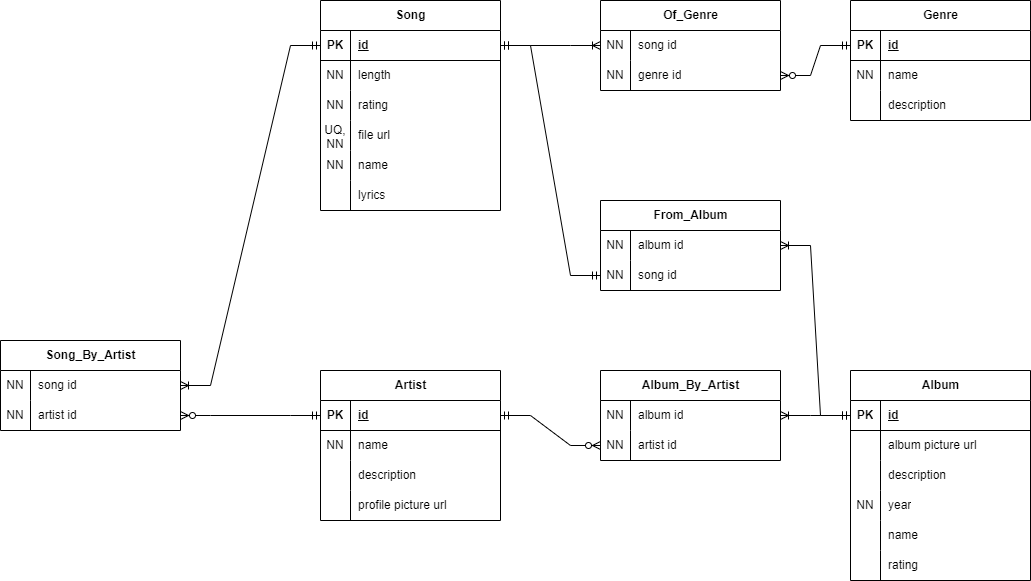
Before: schema.png, a diagram exported from draw.io (PhilBurub/databases_project). Source tidied: cells renumbered, new cells last; positions are measured from the earlier drawing's top-left corner, leaving out a move shared by most shapes.
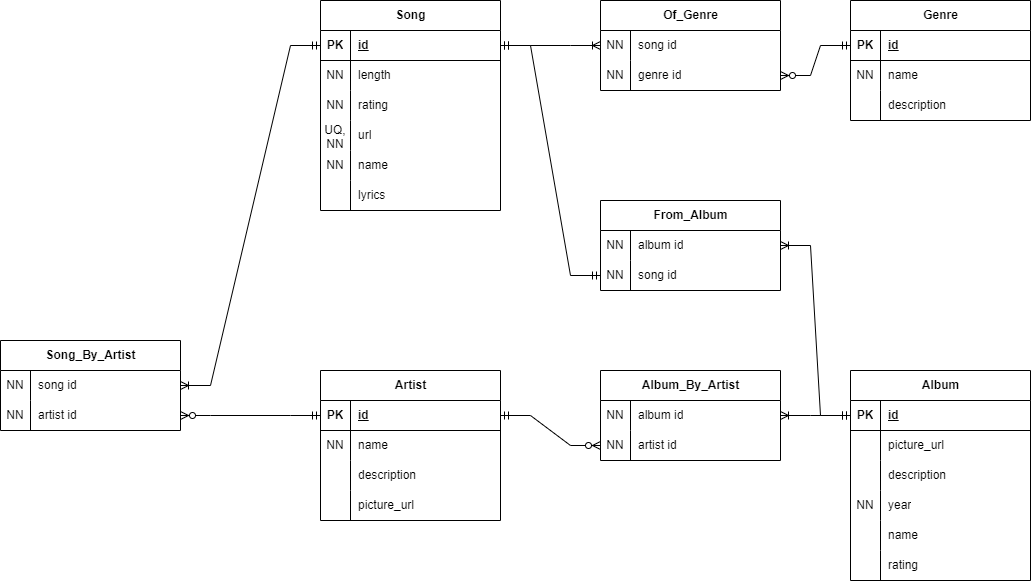
The same file after the commit.

Change to the diagram source:
```diff
@@ -38,7 +38,7 @@
     <mxCell id="13" value="UQ, NN" style="shape=partialRectangle;fillColor=none;top=0;left=0;bottom=0;right=0;overflow=hidden;whiteSpace=wrap;html=1;" parent="12" vertex="1">
       <mxGeometry width="30" height="30" as="geometry" />
     </mxCell>
-    <mxCell id="14" value="file url" style="shape=partialRectangle;fillColor=none;top=0;left=0;bottom=0;right=0;align=left;spacingLeft=6;overflow=hidden;whiteSpace=wrap;html=1;" parent="12" vertex="1">
+    <mxCell id="14" value="url" style="shape=partialRectangle;fillColor=none;top=0;left=0;bottom=0;right=0;align=left;spacingLeft=6;overflow=hidden;whiteSpace=wrap;html=1;" parent="12" vertex="1">
       <mxGeometry x="30" width="150" height="30" as="geometry" />
     </mxCell>
     <mxCell id="15" style="shape=tableRow;horizontal=0;startSize=0;swimlaneHead=0;swimlaneBody=0;fillColor=none;top=0;left=0;right=0;bottom=0;" parent="2" vertex="1">
@@ -183,7 +183,7 @@
     <mxCell id="58" style="shape=partialRectangle;fillColor=none;top=0;left=0;bottom=0;right=0;overflow=hidden;whiteSpace=wrap;html=1;" parent="57" vertex="1">
       <mxGeometry width="30" height="30" as="geometry" />
     </mxCell>
-    <mxCell id="59" value="profile picture url" style="shape=partialRectangle;fillColor=none;top=0;left=0;bottom=0;right=0;align=left;spacingLeft=6;overflow=hidden;whiteSpace=wrap;html=1;" parent="57" vertex="1">
+    <mxCell id="59" value="picture_url" style="shape=partialRectangle;fillColor=none;top=0;left=0;bottom=0;right=0;align=left;spacingLeft=6;overflow=hidden;whiteSpace=wrap;html=1;" parent="57" vertex="1">
       <mxGeometry x="30" width="150" height="30" as="geometry" />
     </mxCell>
     <mxCell id="60" value="Album_By_Artist" style="shape=table;startSize=30;rowLines=0;fontStyle=1;align=center;html=1;" parent="1" vertex="1">
@@ -225,7 +225,7 @@
     <mxCell id="72" style="shape=partialRectangle;fillColor=none;top=0;left=0;bottom=0;right=0;overflow=hidden;whiteSpace=wrap;html=1;" parent="71" vertex="1">
       <mxGeometry width="30" height="30" as="geometry" />
     </mxCell>
-    <mxCell id="73" value="album picture url" style="shape=partialRectangle;fillColor=none;top=0;left=0;bottom=0;right=0;align=left;spacingLeft=6;overflow=hidden;whiteSpace=wrap;html=1;" parent="71" vertex="1">
+    <mxCell id="73" value="picture_url" style="shape=partialRectangle;fillColor=none;top=0;left=0;bottom=0;right=0;align=left;spacingLeft=6;overflow=hidden;whiteSpace=wrap;html=1;" parent="71" vertex="1">
       <mxGeometry x="30" width="150" height="30" as="geometry" />
     </mxCell>
     <mxCell id="74" style="shape=tableRow;horizontal=0;startSize=0;swimlaneHead=0;swimlaneBody=0;fillColor=none;top=0;left=0;right=0;bottom=0;" parent="67" vertex="1">
```
